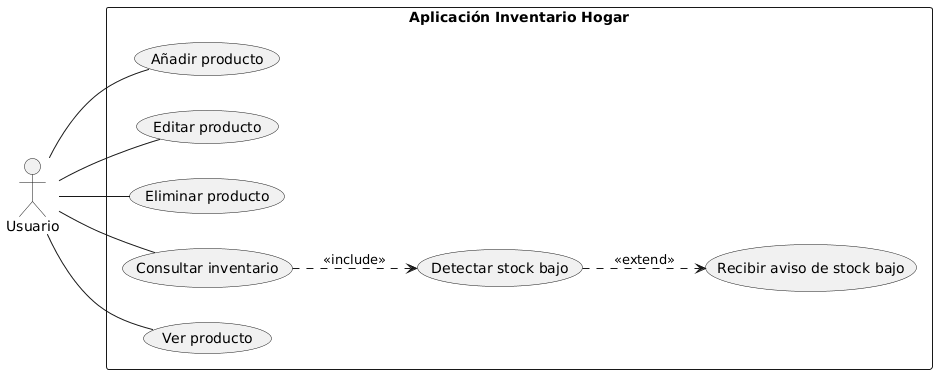
The PlantUML diagram src/main/resources/com/abeltran10/lista_compra/uml/diagrama_casos_uso.png in abeltran10/lista_compra, before a commit.
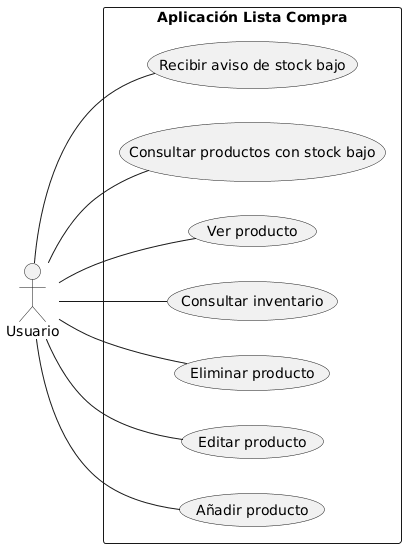
Later version of the same file.

Commit message:
Editado diagrama de casos de uso

Change to the diagram source:
```diff
@@ -3,16 +3,16 @@
 
 actor Usuario
 
-rectangle "Aplicación Inventario Hogar" {
+rectangle "Aplicación Lista Compra" {
 
     Usuario -- (Añadir producto)
     Usuario -- (Editar producto)
     Usuario -- (Eliminar producto)
+
     Usuario -- (Consultar inventario)
+    Usuario -- (Ver producto)
 
-    (Consultar inventario) ..> (Detectar stock bajo) : <<include>>
-    (Detectar stock bajo) ..> (Recibir aviso de stock bajo) : <<extend>>
-
-    Usuario -- (Ver producto)
+    Usuario -- (Consultar productos con stock bajo)
+    Usuario -- (Recibir aviso de stock bajo)
 }
 @enduml
```
